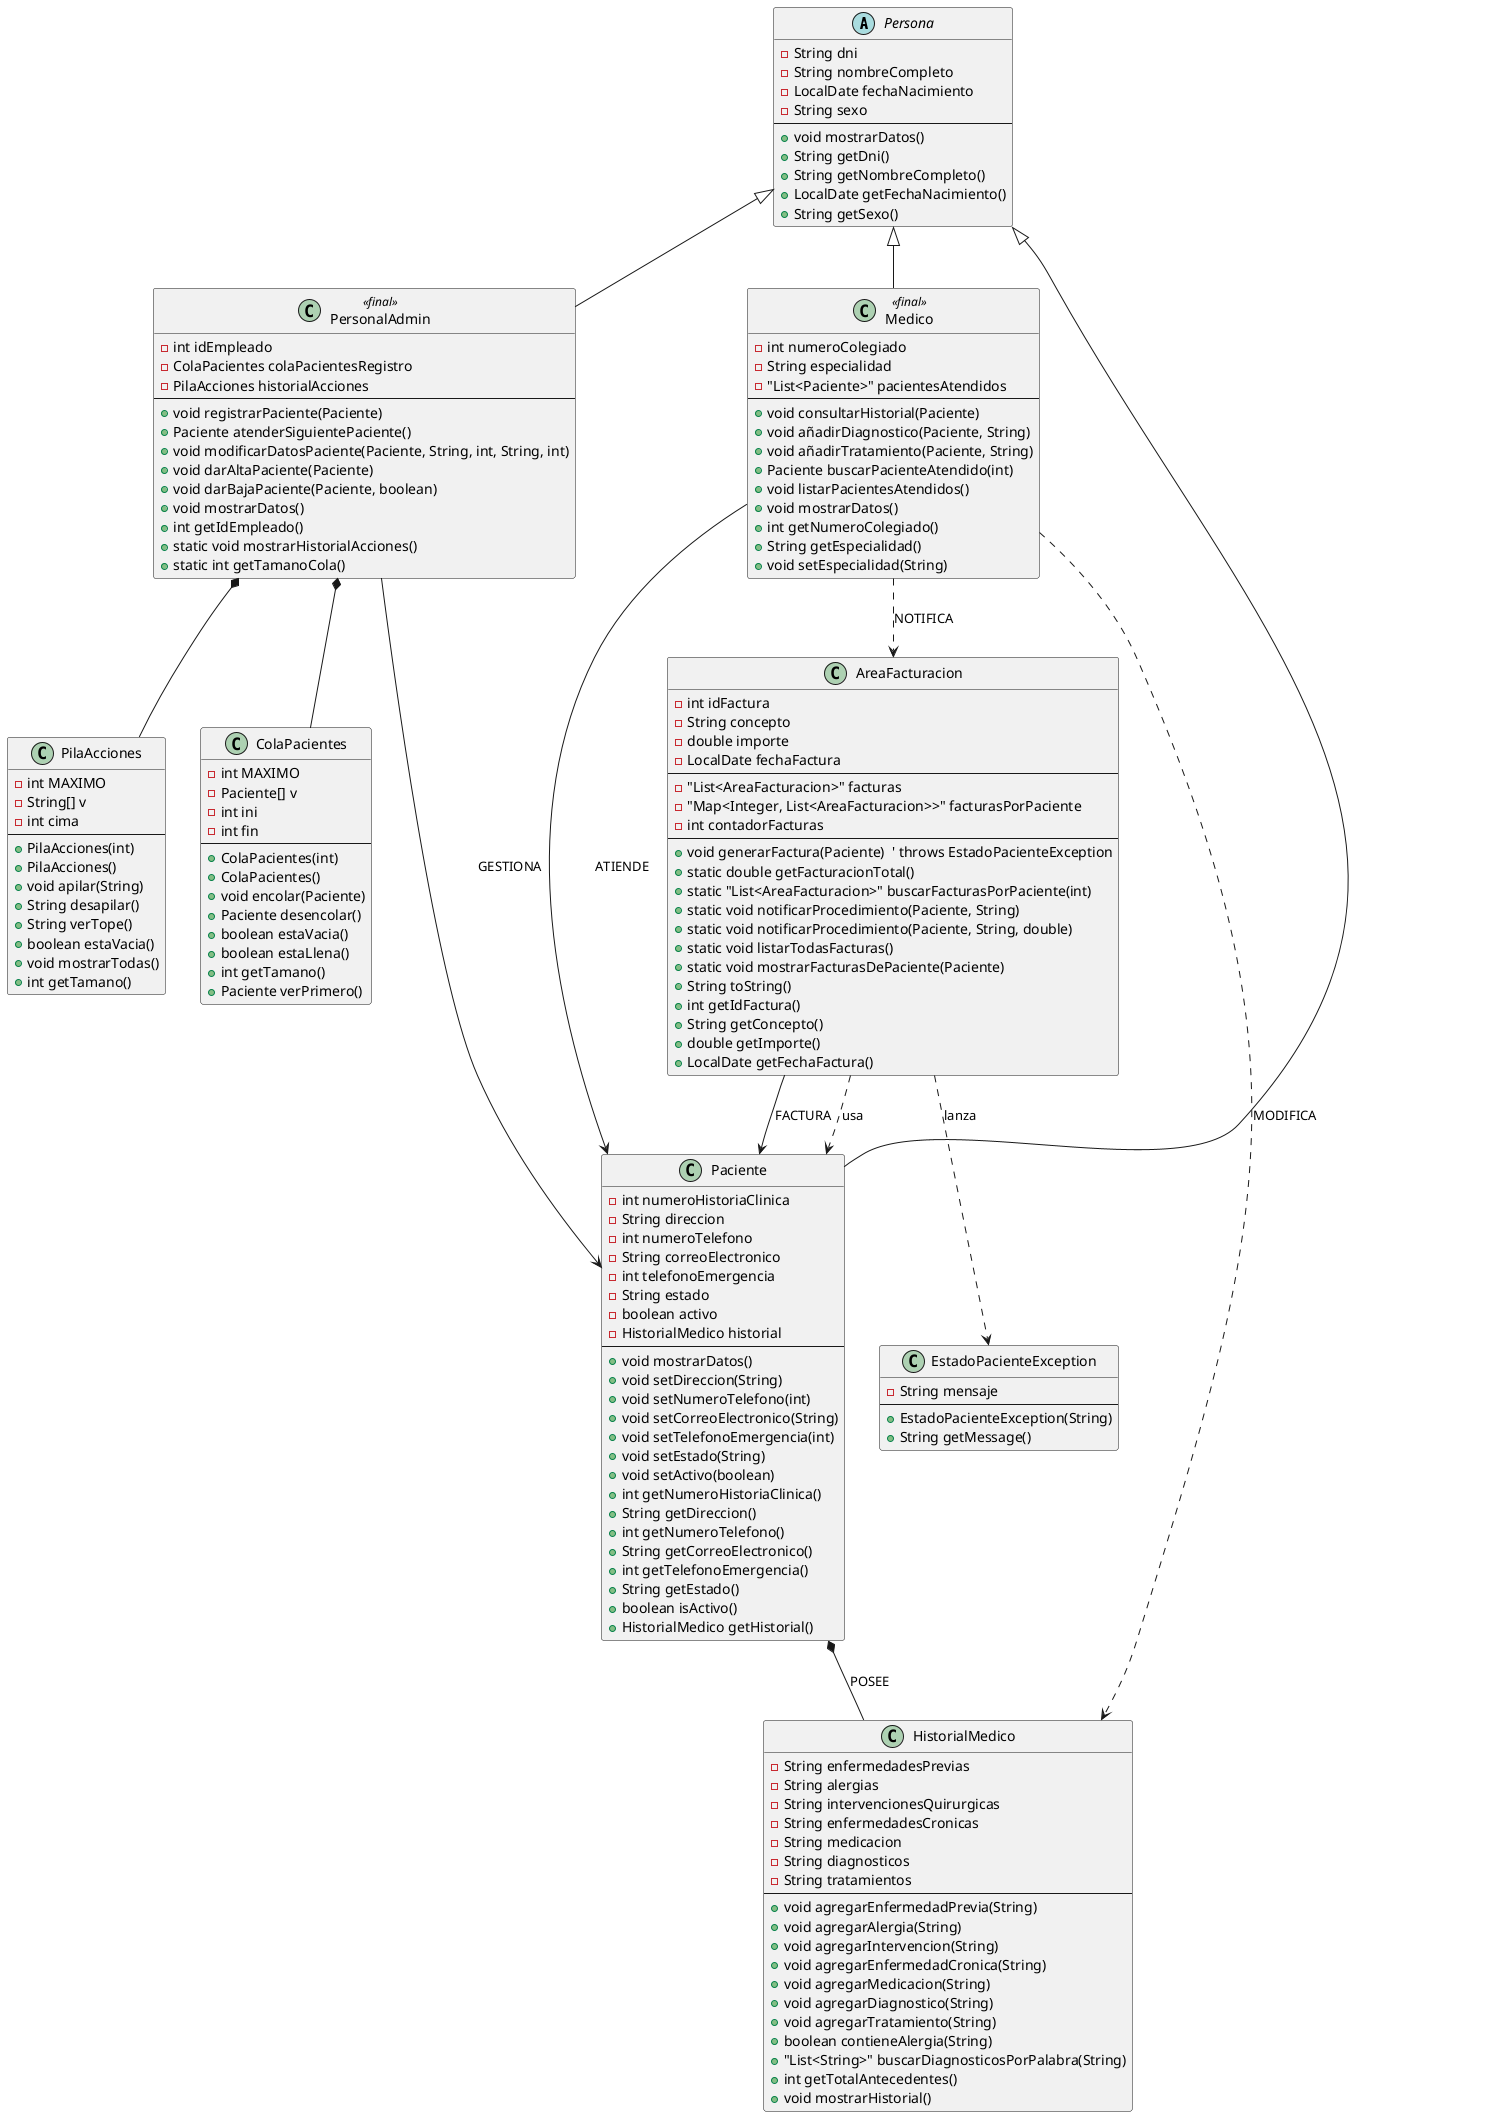
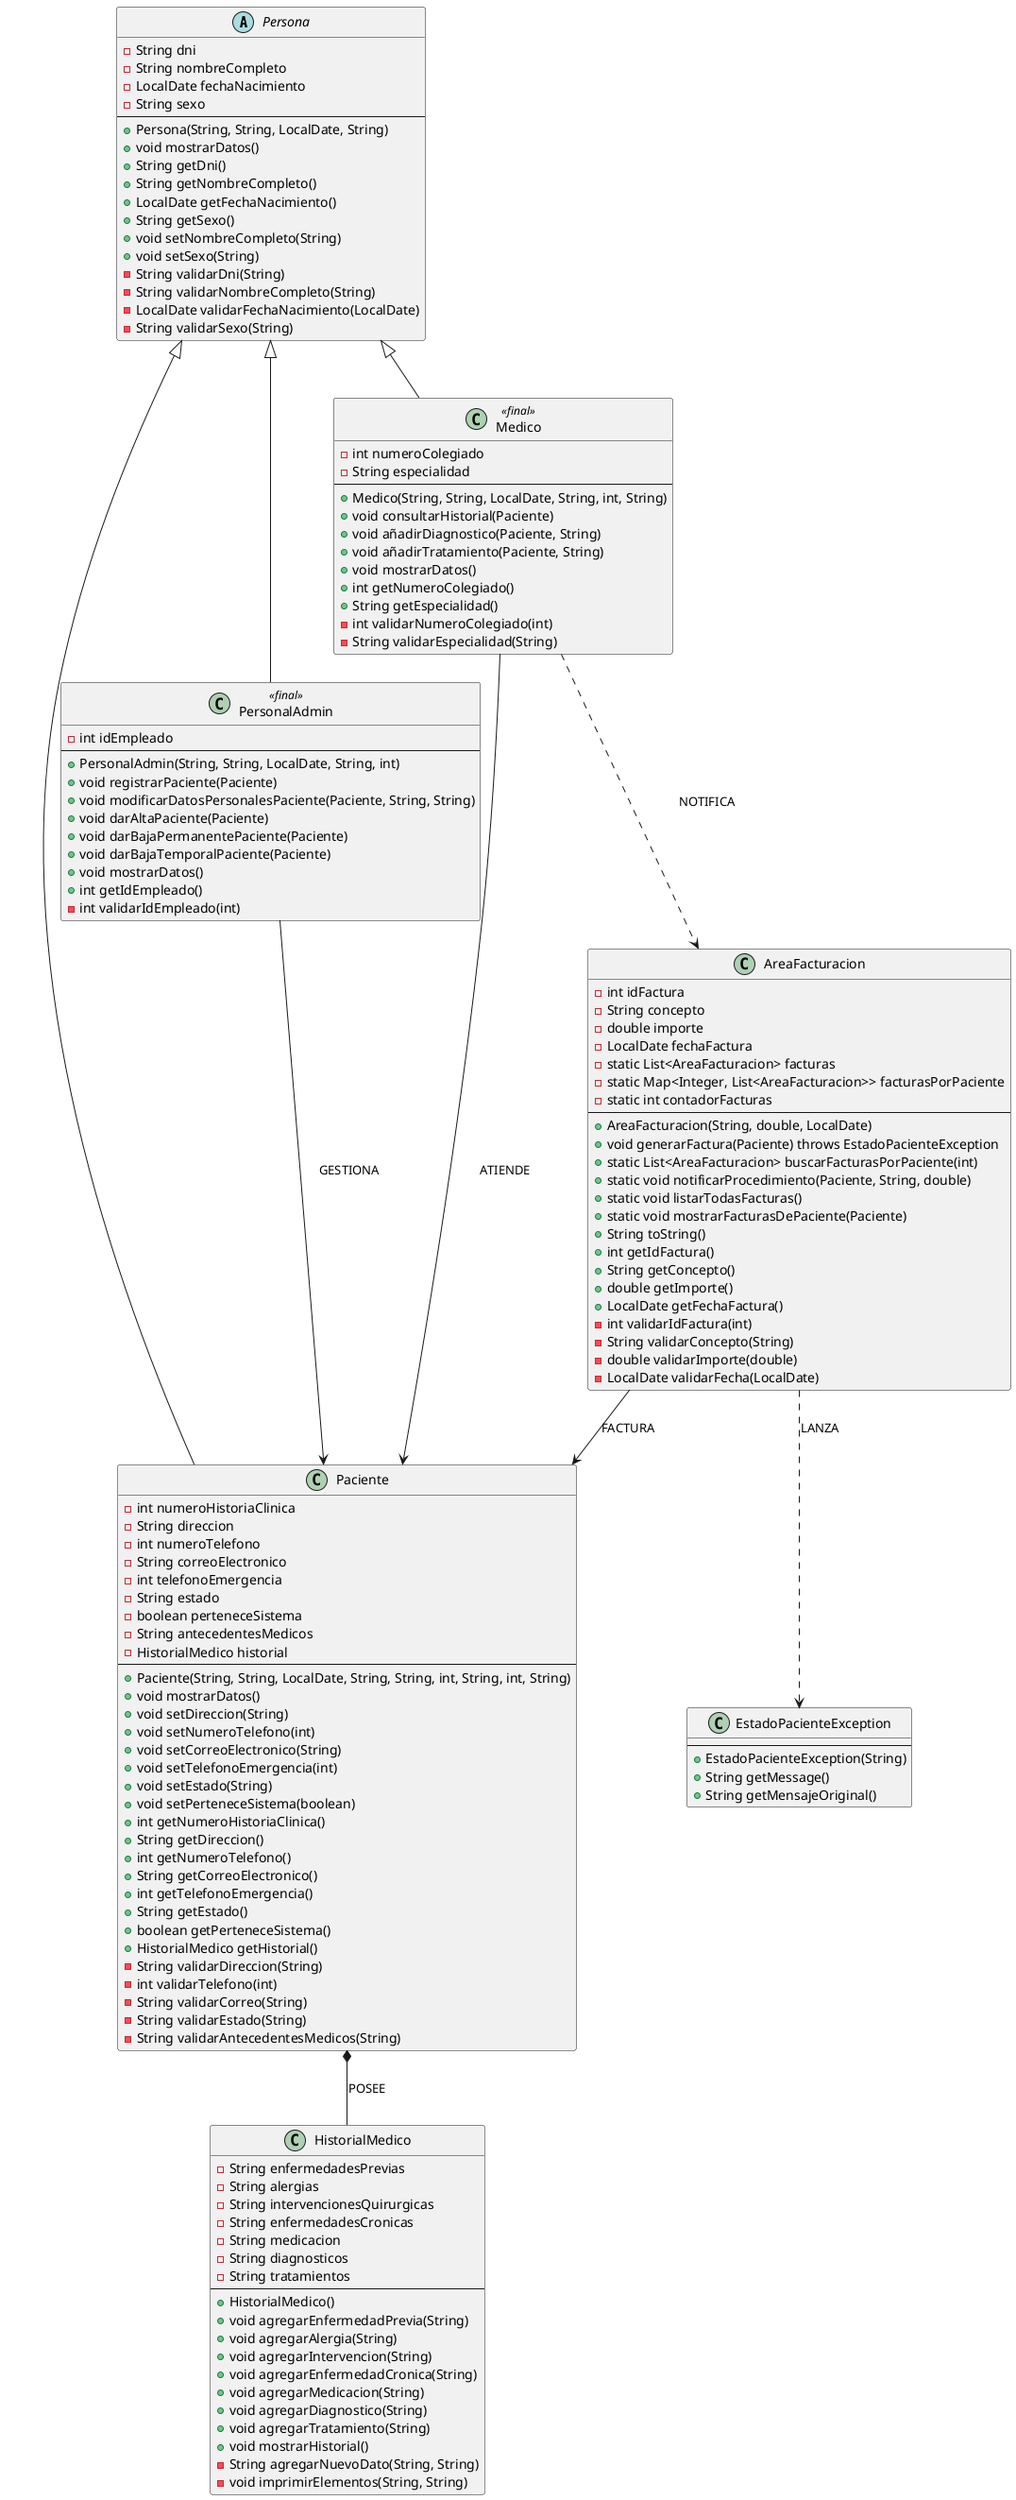
@startuml

' Clase Abstracta Persona

abstract class Persona {
    - String dni
    - String nombreCompleto
    - LocalDate fechaNacimiento
    - String sexo
    --
+     + Persona(String, String, LocalDate, String)
    + void mostrarDatos()
    + String getDni()
    + String getNombreCompleto()
    + LocalDate getFechaNacimiento()
    + String getSexo()
+     + void setNombreCompleto(String)
+     + void setSexo(String)
+     - String validarDni(String)
+     - String validarNombreCompleto(String)
+     - LocalDate validarFechaNacimiento(LocalDate)
+     - String validarSexo(String)
}

' Clase PersonalAdmin

class PersonalAdmin <<final>> {
    - int idEmpleado
-     - ColaPacientes colaPacientesRegistro
-     - PilaAcciones historialAcciones
    --
+     + PersonalAdmin(String, String, LocalDate, String, int)
    + void registrarPaciente(Paciente)
-     + Paciente atenderSiguientePaciente()
-     + void modificarDatosPaciente(Paciente, String, int, String, int)
+     + void modificarDatosPersonalesPaciente(Paciente, String, String)
    + void darAltaPaciente(Paciente)
-     + void darBajaPaciente(Paciente, boolean)
+     + void darBajaPermanentePaciente(Paciente)
+     + void darBajaTemporalPaciente(Paciente)
    + void mostrarDatos()
    + int getIdEmpleado()
-     + static void mostrarHistorialAcciones()
-     + static int getTamanoCola()
- }
- 
- ' Clase Interna Pila
- 
- class PilaAcciones {
-     - int MAXIMO
-     - String[] v
-     - int cima
-     --
-     + PilaAcciones(int)
-     + PilaAcciones()
-     + void apilar(String)
-     + String desapilar()
-     + String verTope()
-     + boolean estaVacia()
-     + void mostrarTodas()
-     + int getTamano()
- }
- 
-  ' Clase Interna Cola
- 
- class ColaPacientes {
-     - int MAXIMO
-     - Paciente[] v
-     - int ini
-     - int fin
-     --
-     + ColaPacientes(int)
-     + ColaPacientes()
-     + void encolar(Paciente)
-     + Paciente desencolar()
-     + boolean estaVacia()
-     + boolean estaLlena()
-     + int getTamano()
-     + Paciente verPrimero()
+     - int validarIdEmpleado(int)
}

' Clase Medico

class Medico <<final>> {
    - int numeroColegiado
    - String especialidad
-     - "List<Paciente>" pacientesAtendidos
    --
+     + Medico(String, String, LocalDate, String, int, String)
    + void consultarHistorial(Paciente)
    + void añadirDiagnostico(Paciente, String)
    + void añadirTratamiento(Paciente, String)
-     + Paciente buscarPacienteAtendido(int)
-     + void listarPacientesAtendidos()
    + void mostrarDatos()
    + int getNumeroColegiado()
    + String getEspecialidad()
-     + void setEspecialidad(String)
+     - int validarNumeroColegiado(int)
+     - String validarEspecialidad(String)
}

' Clase Paciente

class Paciente {
    - int numeroHistoriaClinica
    - String direccion
    - int numeroTelefono
    - String correoElectronico
    - int telefonoEmergencia
    - String estado
-     - boolean activo
+     - boolean perteneceSistema
+     - String antecedentesMedicos
    - HistorialMedico historial
    --
+     + Paciente(String, String, LocalDate, String, String, int, String, int, String)
    + void mostrarDatos()
    + void setDireccion(String)
    + void setNumeroTelefono(int)
    + void setCorreoElectronico(String)
    + void setTelefonoEmergencia(int)
    + void setEstado(String)
-     + void setActivo(boolean)
+     + void setPerteneceSistema(boolean)
    + int getNumeroHistoriaClinica()
    + String getDireccion()
    + int getNumeroTelefono()
    + String getCorreoElectronico()
    + int getTelefonoEmergencia()
    + String getEstado()
-     + boolean isActivo()
+     + boolean getPerteneceSistema()
    + HistorialMedico getHistorial()
+     - String validarDireccion(String)
+     - int validarTelefono(int)
+     - String validarCorreo(String)
+     - String validarEstado(String)
+     - String validarAntecedentesMedicos(String)
}

- ' Clase Historial
+ ' Clase HistorialMedico

class HistorialMedico {
    - String enfermedadesPrevias
    - String alergias
    - String intervencionesQuirurgicas
    - String enfermedadesCronicas
    - String medicacion
    - String diagnosticos
    - String tratamientos
    --
+     + HistorialMedico()
    + void agregarEnfermedadPrevia(String)
    + void agregarAlergia(String)
    + void agregarIntervencion(String)
    + void agregarEnfermedadCronica(String)
    + void agregarMedicacion(String)
    + void agregarDiagnostico(String)
    + void agregarTratamiento(String)
-     + boolean contieneAlergia(String)
-     + "List<String>" buscarDiagnosticosPorPalabra(String)
-     + int getTotalAntecedentes()
    + void mostrarHistorial()
+     - String agregarNuevoDato(String, String)
+     - void imprimirElementos(String, String)
}

' Clase AreaFacturacion

class AreaFacturacion {
    - int idFactura
    - String concepto
    - double importe
    - LocalDate fechaFactura
+     - static List<AreaFacturacion> facturas
+     - static Map<Integer, List<AreaFacturacion>> facturasPorPaciente
+     - static int contadorFacturas
    --
-     - "List<AreaFacturacion>" facturas
-     - "Map<Integer, List<AreaFacturacion>>" facturasPorPaciente
-     - int contadorFacturas
-     --
-     + void generarFactura(Paciente)  ' throws EstadoPacienteException
-     + static double getFacturacionTotal()
-     + static "List<AreaFacturacion>" buscarFacturasPorPaciente(int)
-     + static void notificarProcedimiento(Paciente, String)
+     + AreaFacturacion(String, double, LocalDate)
+     + void generarFactura(Paciente) throws EstadoPacienteException
+     + static List<AreaFacturacion> buscarFacturasPorPaciente(int)
    + static void notificarProcedimiento(Paciente, String, double)
    + static void listarTodasFacturas()
    + static void mostrarFacturasDePaciente(Paciente)
    + String toString()
    + int getIdFactura()
    + String getConcepto()
    + double getImporte()
    + LocalDate getFechaFactura()
+     - int validarIdFactura(int)
+     - String validarConcepto(String)
+     - double validarImporte(double)
+     - LocalDate validarFecha(LocalDate)
}

- ' Excepcion Personalizada (Clase Separada)
+ ' Clase EstadoPacienteException (RuntimeException)

class EstadoPacienteException {
-     - String mensaje
    --
    + EstadoPacienteException(String)
    + String getMessage()
+     + String getMensajeOriginal()
}

' Herencias
- 
Persona <|-- PersonalAdmin
Persona <|-- Medico
Persona <|-- Paciente

- ' Composiciones
+ ' Composición
+ Paciente *-- HistorialMedico : POSEE

- Paciente *-- HistorialMedico : POSEE
- PersonalAdmin *-- PilaAcciones
- PersonalAdmin *-- ColaPacientes
- 
- ' Asociaciones
- 
+ ' Asociaciones (relaciones de uso)
PersonalAdmin --> Paciente : GESTIONA
Medico --> Paciente : ATIENDE
AreaFacturacion --> Paciente : FACTURA

- ' Dependencias
+ ' Dependencias (uso temporal)
+ AreaFacturacion ..> EstadoPacienteException : LANZA
+ Medico ..> AreaFacturacion : NOTIFICA

- Medico ..> HistorialMedico : MODIFICA
- Medico ..> AreaFacturacion : NOTIFICA
- AreaFacturacion ..> EstadoPacienteException : lanza
- AreaFacturacion ..> Paciente : usa
- 
- @enduml
+ @enduml